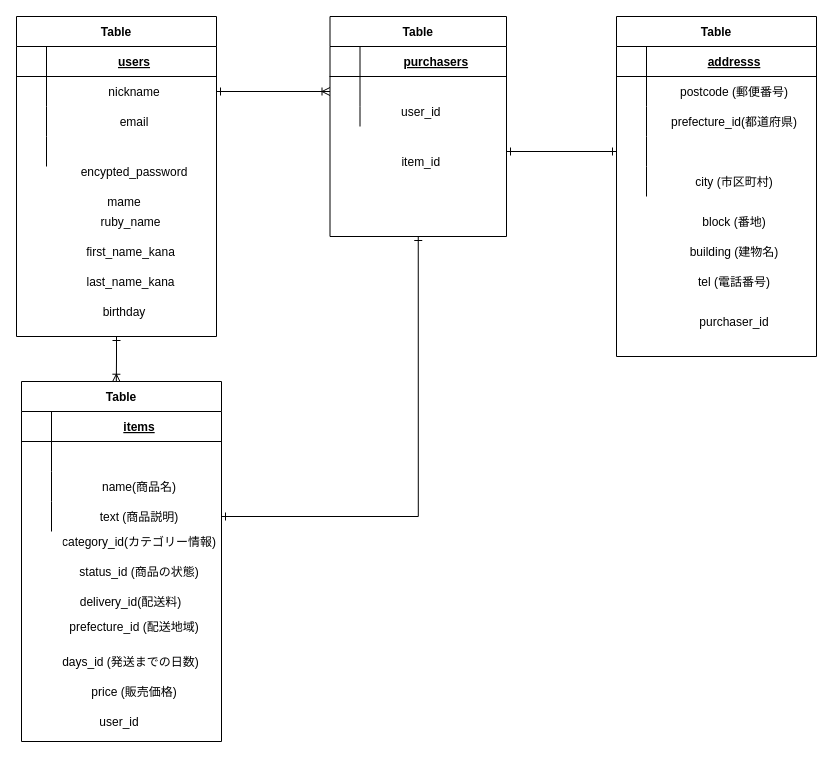
Above: app/views/items/test.dio in haze-yuuji/furima-34802 (draw.io), before the change. Source tidied: cells renumbered, new cells numbered last; positions are measured from the earlier drawing's top-left corner, leaving out a move shared by most shapes. Both pictures are drawn from the tidied source at 100%, with x=0, y=0 at pixel (16, 16).
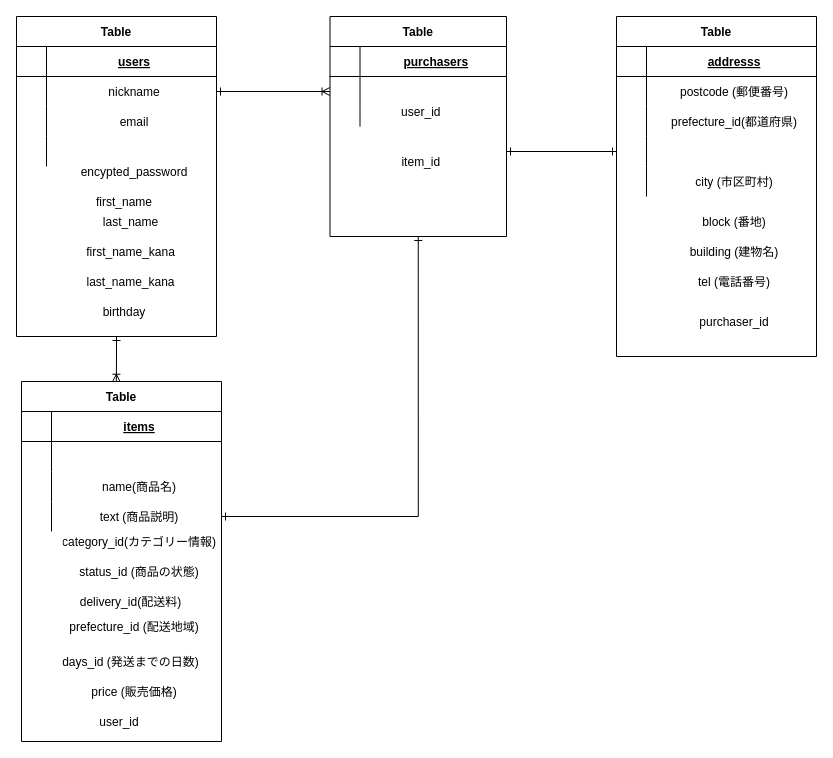
The same diagram, later.

Commit message (it also covers changes not shown here):
データベース設計　usersテーブル、カラム名変更

The edit, as a diff of the source:
```diff
@@
-    <mxCell id="16" value="mame" style="shape=partialRectangle;fillColor=none;top=0;left=0;bottom=0;right=0;align=center;spacingLeft=6;overflow=hidden;" parent="1" vertex="1">
+    <mxCell id="16" value="first_name" style="shape=partialRectangle;fillColor=none;top=0;left=0;bottom=0;right=0;align=center;spacingLeft=6;overflow=hidden;" parent="1" vertex="1">
       <mxGeometry x="30" y="170" width="150" height="30" as="geometry" />
     </mxCell>
-    <mxCell id="17" value="ruby_name" style="shape=partialRectangle;fillColor=none;top=0;left=0;bottom=0;right=0;align=center;spacingLeft=6;overflow=hidden;direction=west;" parent="1" vertex="1">
+    <mxCell id="17" value="last_name" style="shape=partialRectangle;fillColor=none;top=0;left=0;bottom=0;right=0;align=center;spacingLeft=6;overflow=hidden;direction=west;" parent="1" vertex="1">
       <mxGeometry x="36.5" y="190" width="150" height="30" as="geometry" />
     </mxCell>
```
